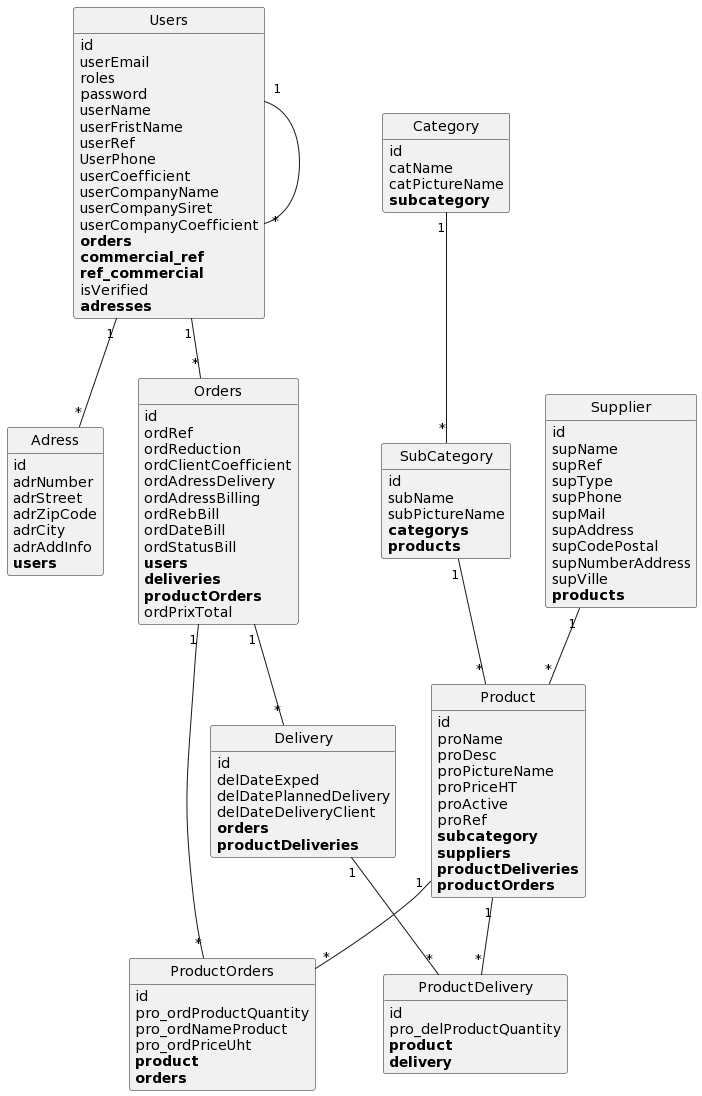
This is puml/index.png from Debl0xMain/AppWeb, a PlantUML export, as it was before one commit.
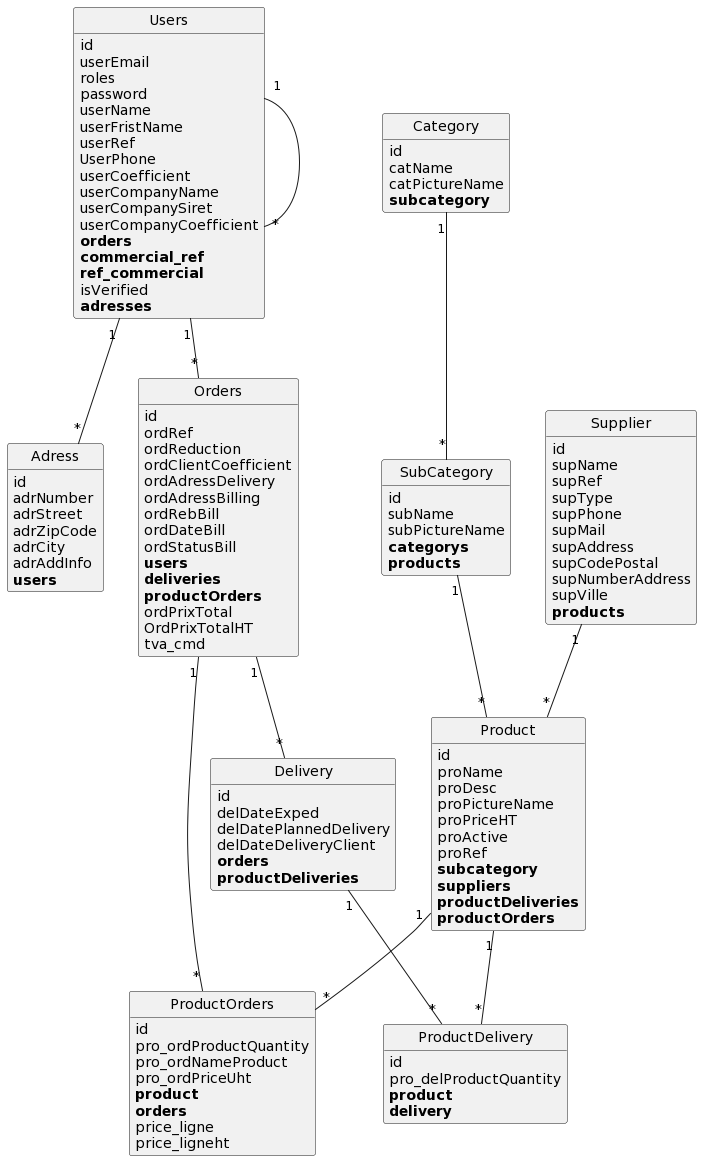
The same file after the commit.

Change to the diagram source:
```diff
@@ -6,6 +6,8 @@
 	pro_ordPriceUht
 	**product**
 	**orders**
+	price_ligne
+	price_ligneht
 }
 
 class Users {
@@ -49,6 +51,8 @@
 	**deliveries**
 	**productOrders**
 	ordPrixTotal
+	OrdPrixTotalHT
+	tva_cmd
 }
 
 class Delivery {
```
